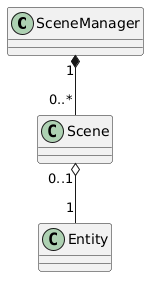
Above: Rapport/UML/UML_Diagramme_SceneManager.png in thomasctn/Projet_PacMan_En_Reseau (PlantUML), before the change.
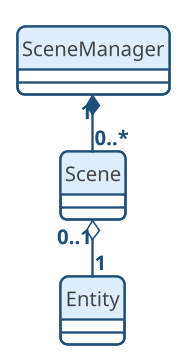
Above is the later version.

Commit message:
diagramme + redimensionnement des image

What changed in the source:
```diff
@@ -1,4 +1,7 @@
 @startuml
+
+!include theme.puml
+
 class SceneManager {
 }
 
@@ -11,4 +14,5 @@
 SceneManager "1" *-- "0..*" Scene
 
 Scene "0..1" o-- "1" Entity
+
 @enduml
```
